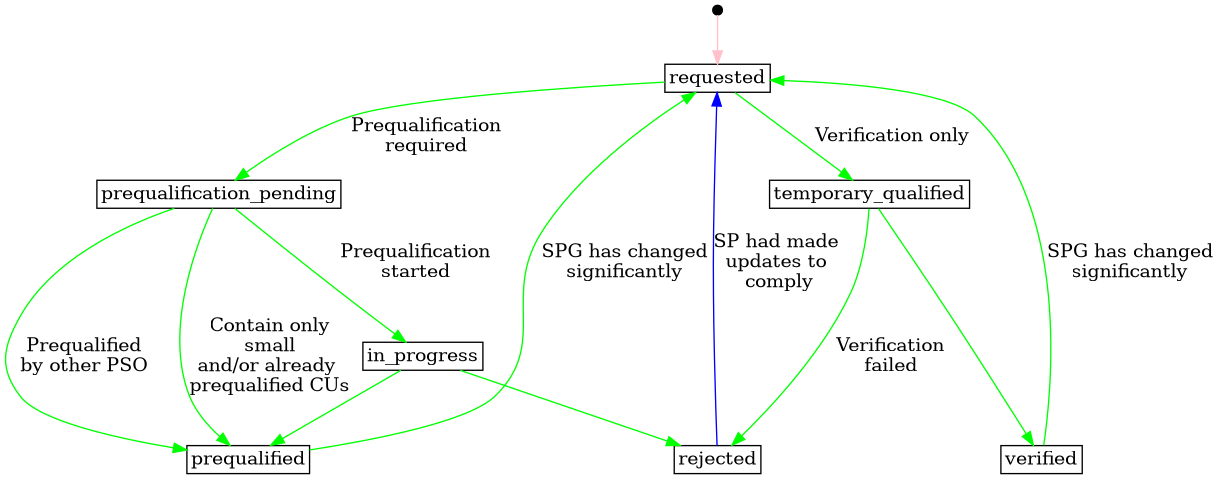
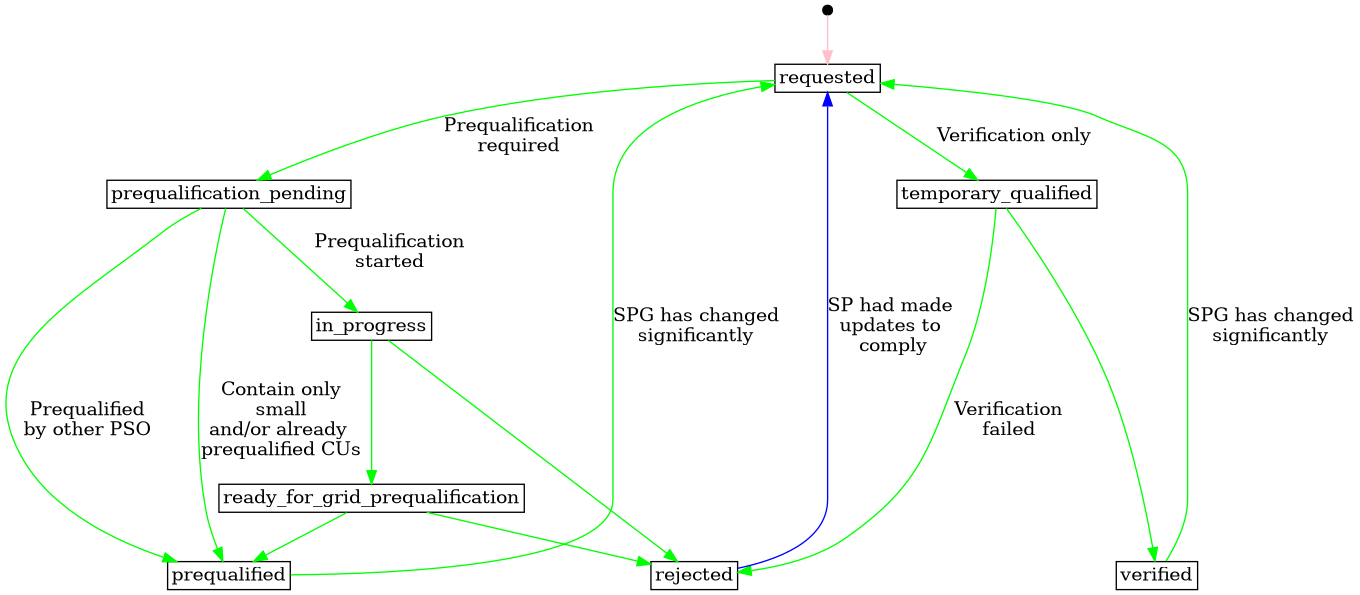
@startdot service_providing_group_product_application_status
digraph G {
    layout=dot;
    overlap=false;

    node [shape=rect,width=0.1,height=0.1,margin=0.04];

    start [shape=point];

    // status
    requested;
    {
        rank = same;
        prequalification_pending;
        temporary_qualified;
    }
    in_progress;
+     ready_for_grid_prequalification;
    {
        rank = same;
        verified;
        prequalified;
        rejected;
    }


    start -> requested [label="", color="pink"];
    requested ->  prequalification_pending [label="Prequalification\nrequired", color="green"];
    prequalification_pending -> in_progress [label="Prequalification\nstarted", color="green"];
    requested -> temporary_qualified [label="Verification only", color="green"];

    prequalification_pending -> prequalified [label="Prequalified\nby other PSO", color="green"];
    prequalification_pending -> prequalified [label="Contain only\nsmall\nand/or already \nprequalified CUs", color="green"];
    temporary_qualified -> rejected [label="Verification\nfailed", color="green"];
    temporary_qualified -> verified [color="green"];

-     in_progress -> prequalified [color="green"];
+     in_progress -> ready_for_grid_prequalification [color="green"];
    in_progress -> rejected [color="green"];
+ 
+     ready_for_grid_prequalification -> prequalified [color="green"];
+     ready_for_grid_prequalification -> rejected [color="green"];

    prequalified -> requested [label="SPG has changed\nsignificantly", color="green"];
    verified -> requested [label="SPG has changed\nsignificantly", color="green"];
    rejected -> requested [label="SP had made \nupdates to \ncomply", color="blue"];
}
@enddot
